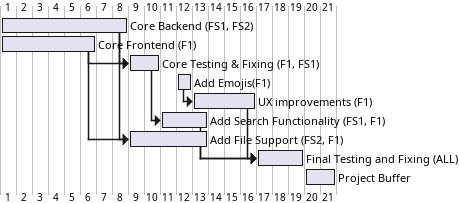
Before: Documentation/LatexLab3/images/GanttV2.png, a diagram exported from PlantUML (user5427/human-benchmark-PSI-2).
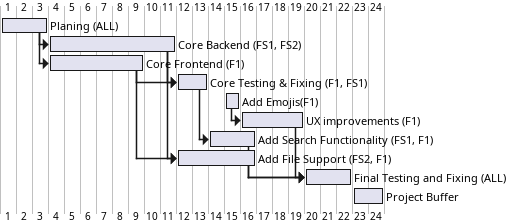
After the commit.

Commit message:
Readded Planning stage

Change to the diagram source:
```diff
@@ -1,14 +1,14 @@
 @startgantt
 skinparam titlesCentered true
-
+[Planing (ALL)] starts D+0 and requires 3 days
 [Core Backend (FS1, FS2)] requires 8 days
-[Core Backend (FS1, FS2)] starts D+0
-[Core Frontend (F1)] starts D+0
+[Core Backend (FS1, FS2)] starts after [Planing (ALL)]'s end
+[Core Frontend (F1)] starts after [Planing (ALL)]'s end
 [Core Frontend (F1)] requires 6 days
 [Core Testing & Fixing (F1, FS1)] starts after [Core Backend (FS1, FS2)]'s end
 [Core Testing & Fixing (F1, FS1)] requires 2 days
 [Core Testing & Fixing (F1, FS1)] starts after [Core Frontend (F1)]'s end
-[Add Emojis(F1)] starts D+11 and requires 1 day
+[Add Emojis(F1)] starts D+14 and requires 1 day
 [UX improvements (F1)] starts after [Add Emojis(F1)]'s end and requires 4 days
 [Add Search Functionality (FS1, F1)] starts after [Core Testing & Fixing (F1, FS1)]'s end and requires 3 days
 [Add File Support (FS2, F1)] starts after [Core Backend (FS1, FS2)]'s end and requires 5 days
@@ -17,5 +17,5 @@
 [Final Testing and Fixing (ALL)] starts after [UX improvements (F1)]'s end and requires 3 days
 [Final Testing and Fixing (ALL)] starts after [Add Search Functionality (FS1, F1)]'s end and requires 3 days
 [Final Testing and Fixing (ALL)] starts after [Add File Support (FS2, F1)]'s end and requires 3 days
-[Project Buffer] starts D+19 and requires 2 days
+[Project Buffer] starts D+22 and requires 2 days
 @endgantt
```
